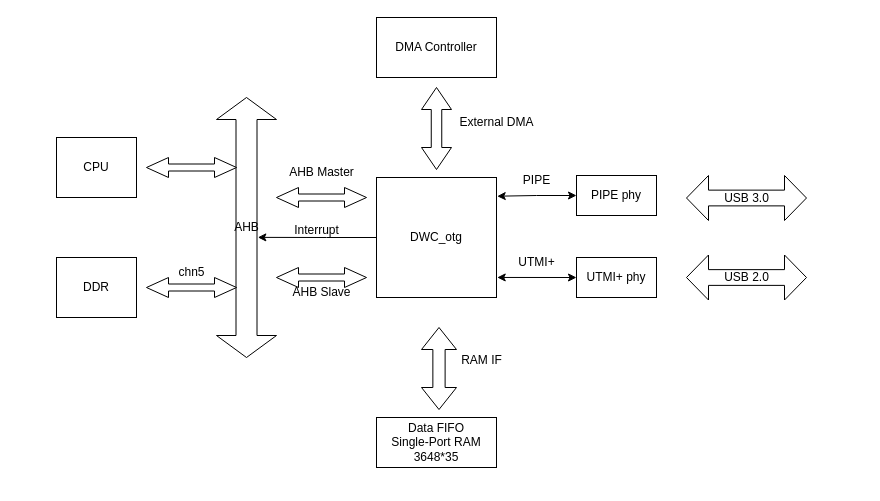
Above: page "第 4 页" (4 of 6) of USB 控制器与 phy.drawio in Vinson-001/Blog-flow-chart (draw.io), before the change. Source tidied: cells renumbered, new cells numbered last; positions are measured from the earlier drawing's top-left corner, leaving out a move shared by most shapes. Both pictures are drawn from the tidied source at 100%, with x=0, y=0 at pixel (56, 17).
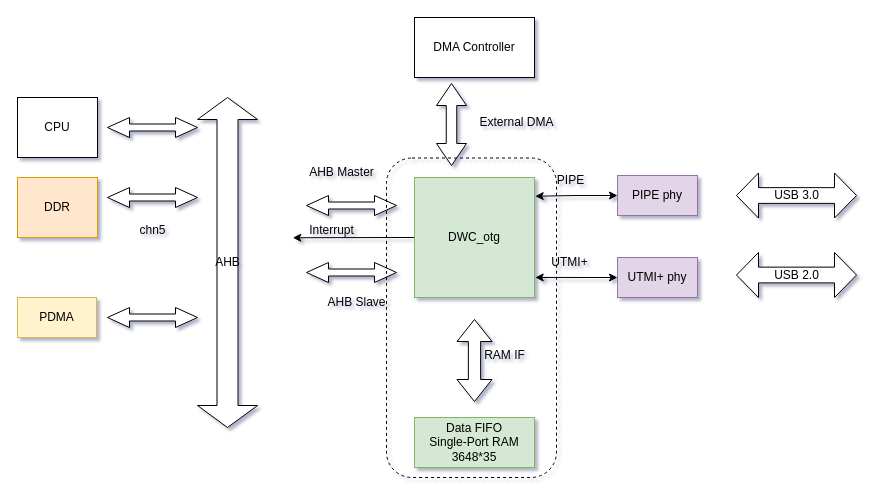
After the change.

Commit message:
更新USB 控制器与 phy.drawio

The edit, as a diff of the source:
```diff
@@
-<mxGraphModel>
+<mxGraphModel shadow="1">
@@
     <mxCell id="2" value="CPU" style="rounded=0;whiteSpace=wrap;html=1;" parent="1" vertex="1">
-      <mxGeometry y="120" width="80" height="60" as="geometry" />
+      <mxGeometry x="-39" y="80" width="80" height="60" as="geometry" />
     </mxCell>
-    <mxCell id="3" value="DDR" style="rounded=0;whiteSpace=wrap;html=1;" parent="1" vertex="1">
-      <mxGeometry y="240" width="80" height="60" as="geometry" />
+    <mxCell id="3" value="DDR" style="rounded=0;whiteSpace=wrap;html=1;fillColor=#ffe6cc;strokeColor=#d79b00;" parent="1" vertex="1">
+      <mxGeometry x="-39" y="160" width="80" height="60" as="geometry" />
     </mxCell>
     <mxCell id="4" value="AHB" style="html=1;shadow=0;dashed=0;align=center;verticalAlign=middle;shape=mxgraph.arrows2.twoWayArrow;dy=0.65;dx=22;direction=south;" parent="1" vertex="1">
-      <mxGeometry x="160" y="80" width="60" height="260" as="geometry" />
+      <mxGeometry x="141" y="80" width="60" height="330" as="geometry" />
     </mxCell>
     <mxCell id="5" style="html=1;shadow=0;dashed=0;align=center;verticalAlign=middle;shape=mxgraph.arrows2.twoWayArrow;dy=0.65;dx=22;" parent="1" vertex="1">
-      <mxGeometry x="90" y="140" width="90" height="20" as="geometry" />
+      <mxGeometry x="51" y="100" width="90" height="20" as="geometry" />
     </mxCell>
     <mxCell id="6" style="html=1;shadow=0;dashed=0;align=center;verticalAlign=middle;shape=mxgraph.arrows2.twoWayArrow;dy=0.65;dx=22;" parent="1" vertex="1">
-      <mxGeometry x="90" y="260" width="90" height="20" as="geometry" />
+      <mxGeometry x="51" y="170" width="90" height="20" as="geometry" />
     </mxCell>
     <mxCell id="7" value="chn5" style="text;html=1;align=center;verticalAlign=middle;strokeColor=none;fillColor=none;" parent="1" vertex="1">
-      <mxGeometry x="110" y="240" width="50" height="30" as="geometry" />
+      <mxGeometry x="71" y="198" width="50" height="30" as="geometry" />
     </mxCell>
-    <mxCell id="8" style="edgeStyle=orthogonalEdgeStyle;rounded=0;jettySize=auto;html=1;exitX=0;exitY=0.5;exitDx=0;exitDy=0;entryX=0.538;entryY=0.311;entryDx=0;entryDy=0;entryPerimeter=0;" parent="1" edge="1" source="9" target="4">
-      <mxGeometry relative="1" as="geometry" />
-    </mxCell>
+    <mxCell id="29" style="edgeStyle=orthogonalEdgeStyle;rounded=0;jettySize=auto;html=1;exitX=0;exitY=0.5;exitDx=0;exitDy=0;entryX=-0.053;entryY=0.742;entryDx=0;entryDy=0;entryPerimeter=0;" parent="1" edge="1" source="9" target="14">
+      <mxGeometry relative="1" as="geometry" />
+    </mxCell>
-    <mxCell id="9" value="DWC_otg" style="rounded=0;whiteSpace=wrap;html=1;" parent="1" vertex="1">
-      <mxGeometry x="320" y="160" width="120" height="120" as="geometry" />
+    <mxCell id="9" value="DWC_otg" style="rounded=0;whiteSpace=wrap;html=1;fillColor=#d5e8d4;strokeColor=#82b366;" parent="1" vertex="1">
+      <mxGeometry x="358" y="160" width="120" height="120" as="geometry" />
     </mxCell>
     <mxCell id="10" style="html=1;shadow=0;dashed=0;align=center;verticalAlign=middle;shape=mxgraph.arrows2.twoWayArrow;dy=0.65;dx=22;" parent="1" vertex="1">
-      <mxGeometry x="220" y="170" width="90" height="20" as="geometry" />
+      <mxGeometry x="250" y="178" width="90" height="20" as="geometry" />
     </mxCell>
     <mxCell id="11" style="html=1;shadow=0;dashed=0;align=center;verticalAlign=middle;shape=mxgraph.arrows2.twoWayArrow;dy=0.65;dx=22;" parent="1" vertex="1">
-      <mxGeometry x="220" y="250" width="90" height="20" as="geometry" />
+      <mxGeometry x="250" y="245" width="90" height="20" as="geometry" />
     </mxCell>
     <mxCell id="12" value="AHB Master" style="text;html=1;align=center;verticalAlign=middle;strokeColor=none;fillColor=none;" parent="1" vertex="1">
-      <mxGeometry x="220" y="140" width="90" height="30" as="geometry" />
+      <mxGeometry x="240" y="140" width="90" height="30" as="geometry" />
     </mxCell>
     <mxCell id="13" value="AHB Slave" style="text;html=1;align=center;verticalAlign=middle;strokeColor=none;fillColor=none;" parent="1" vertex="1">
-      <mxGeometry x="225" y="260" width="80" height="30" as="geometry" />
+      <mxGeometry x="260" y="270" width="80" height="30" as="geometry" />
     </mxCell>
     <mxCell id="14" value="Interrupt" style="text;html=1;align=center;verticalAlign=middle;points=[];strokeColor=none;fillColor=none;" parent="1" vertex="1">
-      <mxGeometry x="225" y="198" width="70" height="30" as="geometry" />
+      <mxGeometry x="240" y="198" width="70" height="30" as="geometry" />
     </mxCell>
     <mxCell id="15" value="DMA Controller" style="rounded=0;whiteSpace=wrap;html=1;" parent="1" vertex="1">
-      <mxGeometry x="320" width="120" height="60" as="geometry" />
+      <mxGeometry x="358" width="120" height="60" as="geometry" />
     </mxCell>
     <mxCell id="16" style="html=1;shadow=0;dashed=0;align=center;verticalAlign=middle;shape=mxgraph.arrows2.twoWayArrow;dy=0.65;dx=22;direction=south;" parent="1" vertex="1">
-      <mxGeometry x="365" y="70" width="30" height="82" as="geometry" />
+      <mxGeometry x="380" y="66" width="30" height="82" as="geometry" />
     </mxCell>
     <mxCell id="17" value="External DMA" style="text;html=1;align=center;verticalAlign=middle;strokeColor=none;fillColor=none;" parent="1" vertex="1">
-      <mxGeometry x="390" y="90" width="100" height="30" as="geometry" />
+      <mxGeometry x="410" y="90" width="100" height="30" as="geometry" />
     </mxCell>
-    <mxCell id="18" value="Data FIFO&lt;br&gt;Single-Port RAM&lt;br&gt;3648*35" style="rounded=0;whiteSpace=wrap;html=1;" parent="1" vertex="1">
-      <mxGeometry x="320" y="400" width="120" height="50" as="geometry" />
+    <mxCell id="18" value="Data FIFO&lt;br&gt;Single-Port RAM&lt;br&gt;3648*35" style="rounded=0;whiteSpace=wrap;html=1;fillColor=#d5e8d4;strokeColor=#82b366;" parent="1" vertex="1">
+      <mxGeometry x="358" y="400" width="120" height="50" as="geometry" />
     </mxCell>
     <mxCell id="19" style="html=1;shadow=0;dashed=0;align=center;verticalAlign=middle;shape=mxgraph.arrows2.twoWayArrow;dy=0.65;dx=22;direction=south;" parent="1" vertex="1">
-      <mxGeometry x="365" y="310" width="35" height="82" as="geometry" />
+      <mxGeometry x="400.5" y="302" width="35" height="82" as="geometry" />
     </mxCell>
     <mxCell id="20" value="RAM IF" style="text;html=1;align=center;verticalAlign=middle;strokeColor=none;fillColor=none;" parent="1" vertex="1">
-      <mxGeometry x="395" y="328" width="60" height="30" as="geometry" />
+      <mxGeometry x="418" y="323" width="60" height="30" as="geometry" />
     </mxCell>
@@
-    <mxCell id="22" value="UTMI+ phy" style="rounded=0;whiteSpace=wrap;html=1;" parent="1" vertex="1">
-      <mxGeometry x="520" y="240" width="80" height="40" as="geometry" />
+    <mxCell id="22" value="UTMI+ phy" style="rounded=0;whiteSpace=wrap;html=1;fillColor=#e1d5e7;strokeColor=#9673a6;" parent="1" vertex="1">
+      <mxGeometry x="561" y="240" width="80" height="40" as="geometry" />
     </mxCell>
@@
-    <mxCell id="24" value="PIPE phy" style="rounded=0;whiteSpace=wrap;html=1;" parent="1" vertex="1">
-      <mxGeometry x="520" y="158" width="80" height="40" as="geometry" />
+    <mxCell id="24" value="PIPE phy" style="rounded=0;whiteSpace=wrap;html=1;fillColor=#e1d5e7;strokeColor=#9673a6;" parent="1" vertex="1">
+      <mxGeometry x="561" y="158" width="80" height="40" as="geometry" />
     </mxCell>
     <mxCell id="25" value="UTMI+" style="text;html=1;align=center;verticalAlign=middle;strokeColor=none;fillColor=none;" parent="1" vertex="1">
-      <mxGeometry x="450" y="230" width="60" height="30" as="geometry" />
+      <mxGeometry x="483" y="230" width="60" height="30" as="geometry" />
     </mxCell>
     <mxCell id="26" value="PIPE" style="text;html=1;align=center;verticalAlign=middle;strokeColor=none;fillColor=none;" parent="1" vertex="1">
-      <mxGeometry x="455" y="148" width="50" height="30" as="geometry" />
+      <mxGeometry x="489" y="148" width="50" height="30" as="geometry" />
     </mxCell>
     <mxCell id="27" value="USB 2.0" style="html=1;shadow=0;dashed=0;align=center;verticalAlign=middle;shape=mxgraph.arrows2.twoWayArrow;dy=0.65;dx=22;" parent="1" vertex="1">
-      <mxGeometry x="630" y="237.5" width="120" height="45" as="geometry" />
+      <mxGeometry x="680" y="235" width="120" height="45" as="geometry" />
     </mxCell>
     <mxCell id="28" value="USB 3.0" style="html=1;shadow=0;dashed=0;align=center;verticalAlign=middle;shape=mxgraph.arrows2.twoWayArrow;dy=0.65;dx=22;" parent="1" vertex="1">
-      <mxGeometry x="630" y="158" width="120" height="45" as="geometry" />
+      <mxGeometry x="680" y="155.5" width="120" height="45" as="geometry" />
     </mxCell>
+    <mxCell id="30" value="PDMA" style="rounded=0;whiteSpace=wrap;html=1;fillColor=#fff2cc;strokeColor=#d6b656;" parent="1" vertex="1">
+      <mxGeometry x="-39" y="280" width="79" height="40" as="geometry" />
+    </mxCell>
+    <mxCell id="31" style="html=1;shadow=0;dashed=0;align=center;verticalAlign=middle;shape=mxgraph.arrows2.twoWayArrow;dy=0.65;dx=22;" parent="1" vertex="1">
+      <mxGeometry x="51" y="290" width="90" height="20" as="geometry" />
+    </mxCell>
+    <mxCell id="32" style="rounded=1;whiteSpace=wrap;html=1;fillColor=none;dashed=1;" parent="1" vertex="1">
+      <mxGeometry x="330" y="140.5" width="170" height="319.5" as="geometry" />
+    </mxCell>
```
